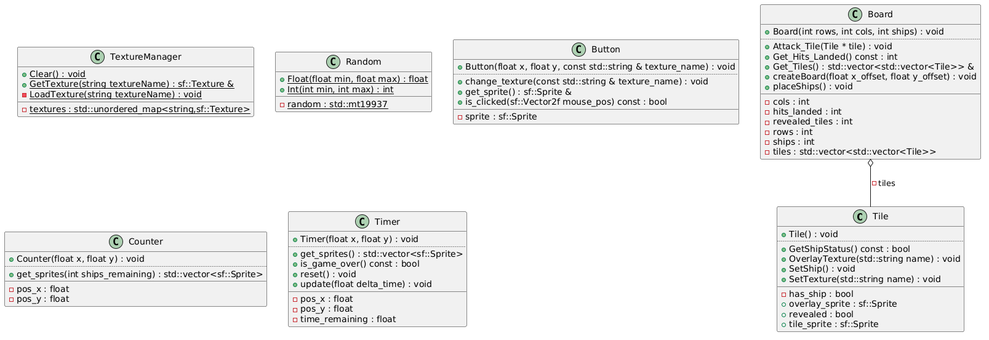
Before: diagrams/standard-uml.png, a diagram exported from PlantUML (jcooper-6/battleship-sfml).
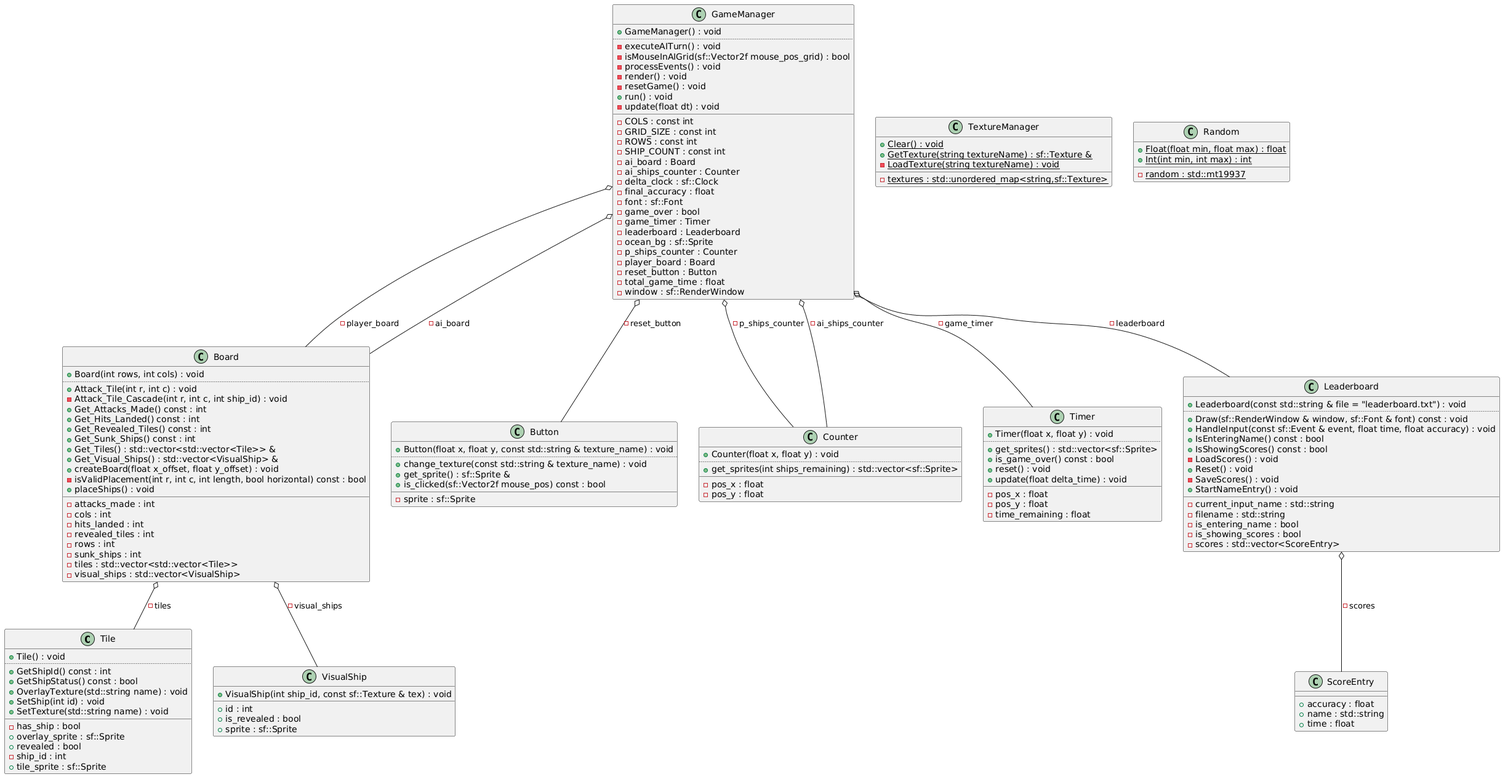
After the change.

Commit message:
Added GameManager class to clean up main, regenerated uml diagram

What changed in the source:
```diff
@@ -3,32 +3,50 @@
 class C_0005250804619194155145 {
 +Tile() : void
 ..
++GetShipId() const : int
 +GetShipStatus() const : bool
 +OverlayTexture(std::string name) : void
-+SetShip() : void
++SetShip(int id) : void
 +SetTexture(std::string name) : void
 __
 -has_ship : bool
 +overlay_sprite : sf::Sprite
 +revealed : bool
+-ship_id : int
 +tile_sprite : sf::Sprite
+}
+class "VisualShip" as C_0012981370137985239891
+class C_0012981370137985239891 {
++VisualShip(int ship_id, const sf::Texture & tex) : void
+__
++id : int
++is_revealed : bool
++sprite : sf::Sprite
 }
 class "Board" as C_0010358599209595726571
 class C_0010358599209595726571 {
-+Board(int rows, int cols, int ships) : void
++Board(int rows, int cols) : void
 ..
-+Attack_Tile(Tile * tile) : void
++Attack_Tile(int r, int c) : void
+-Attack_Tile_Cascade(int r, int c, int ship_id) : void
++Get_Attacks_Made() const : int
 +Get_Hits_Landed() const : int
++Get_Revealed_Tiles() const : int
++Get_Sunk_Ships() const : int
 +Get_Tiles() : std::vector<std::vector<Tile>> &
++Get_Visual_Ships() : std::vector<VisualShip> &
 +createBoard(float x_offset, float y_offset) : void
+-isValidPlacement(int r, int c, int length, bool horizontal) const : bool
 +placeShips() : void
 __
+-attacks_made : int
 -cols : int
 -hits_landed : int
 -revealed_tiles : int
 -rows : int
--ships : int
+-sunk_ships : int
 -tiles : std::vector<std::vector<Tile>>
+-visual_ships : std::vector<VisualShip>
 }
 class "TextureManager" as C_0013303839672782456171
 class C_0013303839672782456171 {
@@ -77,6 +95,72 @@
 -pos_y : float
 -time_remaining : float
 }
+class "ScoreEntry" as C_0004388322207682371427
+class C_0004388322207682371427 {
+__
++accuracy : float
++name : std::string
++time : float
+}
+class "Leaderboard" as C_0009570138490440331692
+class C_0009570138490440331692 {
++Leaderboard(const std::string & file = "leaderboard.txt") : void
+..
++Draw(sf::RenderWindow & window, sf::Font & font) const : void
++HandleInput(const sf::Event & event, float time, float accuracy) : void
++IsEnteringName() const : bool
++IsShowingScores() const : bool
+-LoadScores() : void
++Reset() : void
+-SaveScores() : void
++StartNameEntry() : void
+__
+-current_input_name : std::string
+-filename : std::string
+-is_entering_name : bool
+-is_showing_scores : bool
+-scores : std::vector<ScoreEntry>
+}
+class "GameManager" as C_0007274271151019855886
+class C_0007274271151019855886 {
++GameManager() : void
+..
+-executeAITurn() : void
+-isMouseInAIGrid(sf::Vector2f mouse_pos_grid) : bool
+-processEvents() : void
+-render() : void
+-resetGame() : void
++run() : void
+-update(float dt) : void
+__
+-COLS : const int
+-GRID_SIZE : const int
+-ROWS : const int
+-SHIP_COUNT : const int
+-ai_board : Board
+-ai_ships_counter : Counter
+-delta_clock : sf::Clock
+-final_accuracy : float
+-font : sf::Font
+-game_over : bool
+-game_timer : Timer
+-leaderboard : Leaderboard
+-ocean_bg : sf::Sprite
+-p_ships_counter : Counter
+-player_board : Board
+-reset_button : Button
+-total_game_time : float
+-window : sf::RenderWindow
+}
 C_0010358599209595726571 o-- C_0005250804619194155145 : -tiles
+C_0010358599209595726571 o-- C_0012981370137985239891 : -visual_ships
+C_0009570138490440331692 o-- C_0004388322207682371427 : -scores
+C_0007274271151019855886 o-- C_0010358599209595726571 : -player_board
+C_0007274271151019855886 o-- C_0010358599209595726571 : -ai_board
+C_0007274271151019855886 o-- C_0016540721780518084962 : -game_timer
+C_0007274271151019855886 o-- C_0011320984242218861763 : -p_ships_counter
+C_0007274271151019855886 o-- C_0011320984242218861763 : -ai_ships_counter
+C_0007274271151019855886 o-- C_0000221405838615140689 : -reset_button
+C_0007274271151019855886 o-- C_0009570138490440331692 : -leaderboard
 
 @enduml
```
